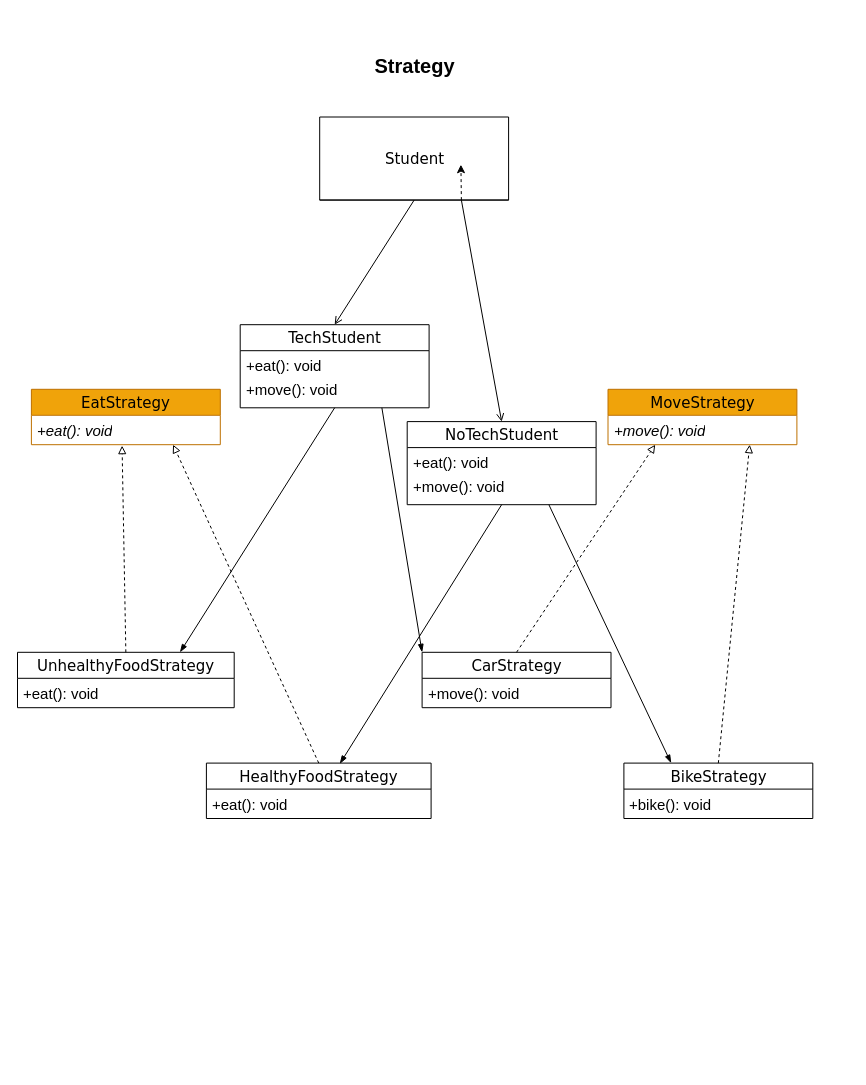
Earlier version of the draw.io diagram Engenharia de Software 3/strategy/strategy.drawio (Simonehk/Bertoti). Source tidied: cells renumbered, new cells numbered last; positions are measured from the earlier drawing's top-left corner, leaving out a move shared by most shapes. Both pictures are drawn from the tidied source at 100%, with x=0, y=0 at pixel (17, 17).
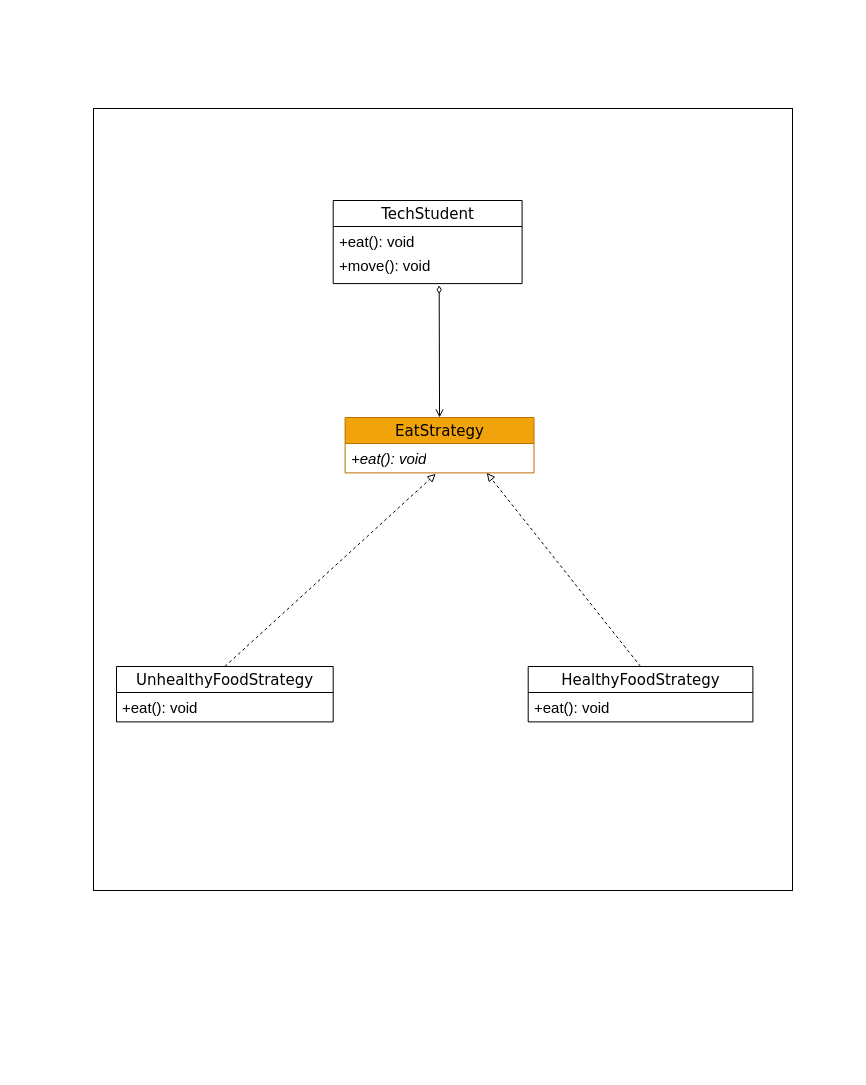
Above is the later version.

Unchanged cells that the change refers to:
```xml
<mxCell id="2" style="group;" parent="1" vertex="1">
  <mxGeometry width="831" height="1051" as="geometry" />
</mxCell>
```

What changed in the source:
```diff
@@
-    <mxCell id="3" style="edgeStyle=none;html=1;exitX=0.5;exitY=1;exitDx=0;exitDy=0;entryX=0.5;entryY=0;entryDx=0;entryDy=0;strokeColor=#000000;endArrow=open;endFill=0;" parent="2" edge="1" source="5" target="10">
-      <mxGeometry relative="1" as="geometry" />
-    </mxCell>
-    <mxCell id="4" style="edgeStyle=none;html=1;exitX=0.75;exitY=1;exitDx=0;exitDy=0;entryX=0.5;entryY=0;entryDx=0;entryDy=0;strokeColor=#000000;endArrow=open;endFill=0;" parent="2" edge="1" source="5" target="13">
-      <mxGeometry relative="1" as="geometry" />
-    </mxCell>
-    <mxCell id="5" value="&lt;font style=&quot;font-size: 15px;&quot; color=&quot;#000000&quot;&gt;Student&lt;/font&gt;" style="swimlane;html=1;fontStyle=0;horizontal=1;startSize=83;fillColor=none;swimlaneFillColor=#ffffff;rounded=0;shadow=0;comic=0;labelBackgroundColor=none;strokeWidth=1;fontFamily=Verdana;fontSize=10;align=center;strokeColor=#000000;" parent="2" vertex="1">
-      <mxGeometry x="302.2" y="99.5" width="188.9" height="83.1" as="geometry" />
-    </mxCell>
-    <mxCell id="6" value="&lt;font style=&quot;font-size: 15px;&quot; color=&quot;#000000&quot;&gt;EatStrategy&lt;/font&gt;" style="swimlane;html=1;fontStyle=0;horizontal=1;startSize=26;fillColor=#f0a30a;swimlaneFillColor=#ffffff;rounded=0;shadow=0;comic=0;labelBackgroundColor=none;strokeWidth=1;fontFamily=Verdana;fontSize=10;align=center;strokeColor=#BD7000;fontColor=#000000;" parent="2" vertex="1">
-      <mxGeometry x="13.9" y="371.8" width="188.9" height="55.4" as="geometry" />
-    </mxCell>
-    <mxCell id="7" value="&lt;font color=&quot;#000000&quot; style=&quot;font-size: 15px;&quot;&gt;+eat(): void&lt;/font&gt;" style="text;html=1;strokeColor=none;fillColor=none;align=left;verticalAlign=top;spacingLeft=4;spacingRight=4;whiteSpace=wrap;overflow=hidden;points=[[0,0.5],[1,0.5]];portConstraint=eastwest;fontStyle=2;fontSize=15;" parent="6" vertex="1">
-      <mxGeometry y="26" width="188.9" height="24" as="geometry" />
-    </mxCell>
-    <mxCell id="8" value="&lt;font style=&quot;font-size: 15px;&quot; color=&quot;#000000&quot;&gt;MoveStrategy&lt;/font&gt;" style="swimlane;html=1;fontStyle=0;horizontal=1;startSize=26;fillColor=#f0a30a;swimlaneFillColor=#ffffff;rounded=0;shadow=0;comic=0;labelBackgroundColor=none;strokeWidth=1;fontFamily=Verdana;fontSize=10;align=center;strokeColor=#BD7000;fontColor=#000000;" parent="2" vertex="1">
-      <mxGeometry x="590.5" y="371.8" width="188.9" height="55.4" as="geometry" />
-    </mxCell>
-    <mxCell id="9" value="&lt;font style=&quot;font-size: 15px;&quot; color=&quot;#000000&quot;&gt;+move(): void&lt;/font&gt;" style="text;html=1;strokeColor=none;fillColor=none;align=left;verticalAlign=top;spacingLeft=4;spacingRight=4;whiteSpace=wrap;overflow=hidden;fontStyle=2;" parent="8" vertex="1">
-      <mxGeometry y="26" width="188.9" height="24" as="geometry" />
-    </mxCell>
     <mxCell id="10" value="&lt;font color=&quot;#000000&quot;&gt;&lt;span style=&quot;font-size: 15px;&quot;&gt;TechStudent&lt;/span&gt;&lt;/font&gt;" style="swimlane;html=1;fontStyle=0;horizontal=1;startSize=26;fillColor=none;swimlaneFillColor=#ffffff;rounded=0;shadow=0;comic=0;labelBackgroundColor=none;strokeWidth=1;fontFamily=Verdana;fontSize=10;align=center;strokeColor=#000000;" parent="2" vertex="1">
-      <mxGeometry x="222.7" y="307.2" width="188.9" height="83.1" as="geometry" />
+      <mxGeometry x="315.7" y="183" width="188.9" height="83.1" as="geometry" />
     </mxCell>
@@
     <mxCell id="12" value="+move(): void" style="text;html=1;strokeColor=none;fillColor=none;align=left;verticalAlign=top;spacingLeft=4;spacingRight=4;whiteSpace=wrap;overflow=hidden;points=[[0,0.5],[1,0.5]];portConstraint=eastwest;fontColor=#000000;fontSize=15;" parent="10" vertex="1">
-      <mxGeometry y="50" width="188.9" height="25.8" as="geometry" />
+      <mxGeometry y="50" width="188.9" height="32" as="geometry" />
     </mxCell>
-    <mxCell id="13" value="&lt;font style=&quot;font-size: 15px;&quot; color=&quot;#000000&quot;&gt;NoTechStudent&lt;/font&gt;" style="swimlane;html=1;fontStyle=0;horizontal=1;startSize=26;fillColor=none;swimlaneFillColor=#ffffff;rounded=0;shadow=0;comic=0;labelBackgroundColor=none;strokeWidth=1;fontFamily=Verdana;fontSize=15;align=center;strokeColor=#000000;" parent="2" vertex="1">
-      <mxGeometry x="389.7" y="404.1" width="188.9" height="83.1" as="geometry" />
-    </mxCell>
-    <mxCell id="14" value="&lt;font color=&quot;#000000&quot; style=&quot;font-size: 15px;&quot;&gt;+eat(): void&lt;/font&gt;" style="text;html=1;strokeColor=none;fillColor=none;align=left;verticalAlign=top;spacingLeft=4;spacingRight=4;whiteSpace=wrap;overflow=hidden;fontSize=15;" parent="13" vertex="1">
-      <mxGeometry y="26" width="188.9" height="24" as="geometry" />
-    </mxCell>
-    <mxCell id="15" value="+move(): void" style="text;html=1;strokeColor=none;fillColor=none;align=left;verticalAlign=top;spacingLeft=4;spacingRight=4;whiteSpace=wrap;overflow=hidden;fontColor=#000000;fontSize=15;" parent="13" vertex="1">
-      <mxGeometry y="50" width="188.9" height="25.8" as="geometry" />
-    </mxCell>
+    <mxCell id="4" style="edgeStyle=none;html=1;exitX=0.5;exitY=0;exitDx=0;exitDy=0;entryX=0.561;entryY=1.085;entryDx=0;entryDy=0;entryPerimeter=0;strokeColor=#000000;endArrow=diamondThin;endFill=0;startArrow=open;startFill=0;" parent="2" edge="1" source="6" target="12">
+      <mxGeometry relative="1" as="geometry" />
+    </mxCell>
+    <mxCell id="6" value="&lt;font style=&quot;font-size: 15px;&quot; color=&quot;#000000&quot;&gt;EatStrategy&lt;/font&gt;" style="swimlane;html=1;fontStyle=0;horizontal=1;startSize=26;fillColor=#f0a30a;swimlaneFillColor=#ffffff;rounded=0;shadow=0;comic=0;labelBackgroundColor=none;strokeWidth=1;fontFamily=Verdana;fontSize=10;align=center;strokeColor=#BD7000;fontColor=#000000;" parent="2" vertex="1">
+      <mxGeometry x="327.6" y="400" width="188.9" height="55.4" as="geometry" />
+    </mxCell>
+    <mxCell id="7" value="&lt;font color=&quot;#000000&quot; style=&quot;font-size: 15px;&quot;&gt;+eat(): void&lt;/font&gt;" style="text;html=1;strokeColor=none;fillColor=none;align=left;verticalAlign=top;spacingLeft=4;spacingRight=4;whiteSpace=wrap;overflow=hidden;points=[[0,0.5],[1,0.5]];portConstraint=eastwest;fontStyle=2;fontSize=15;" parent="6" vertex="1">
+      <mxGeometry y="26" width="188.9" height="24" as="geometry" />
+    </mxCell>
@@
+    <mxCell id="20" style="edgeStyle=none;html=1;exitX=0.5;exitY=0;exitDx=0;exitDy=0;entryX=0.75;entryY=1;entryDx=0;entryDy=0;strokeColor=#000000;strokeWidth=1;fontSize=15;fontColor=#000000;endArrow=block;endFill=0;dashed=1;" parent="2" edge="1" source="21" target="6">
+      <mxGeometry relative="1" as="geometry" />
+    </mxCell>
     <mxCell id="17" value="&lt;font style=&quot;font-size: 15px;&quot; color=&quot;#000000&quot;&gt;UnhealthyFoodStrategy&lt;/font&gt;" style="swimlane;html=1;fontStyle=0;horizontal=1;startSize=26;fillColor=none;swimlaneFillColor=#ffffff;rounded=0;shadow=0;comic=0;labelBackgroundColor=none;strokeWidth=1;fontFamily=Verdana;fontSize=10;align=center;strokeColor=#000000;" parent="2" vertex="1">
-      <mxGeometry y="634.8" width="216.7" height="55.4" as="geometry" />
+      <mxGeometry x="99" y="649" width="216.7" height="55.4" as="geometry" />
     </mxCell>
@@
-    <mxCell id="19" style="edgeStyle=none;html=1;exitX=0.5;exitY=1;exitDx=0;exitDy=0;entryX=0.75;entryY=0;entryDx=0;entryDy=0;strokeColor=#000000;strokeWidth=1;fontSize=15;fontColor=#000000;endArrow=blockThin;endFill=1;" parent="2" edge="1" source="10" target="17">
-      <mxGeometry relative="1" as="geometry" />
-    </mxCell>
-    <mxCell id="20" style="edgeStyle=none;html=1;exitX=0.5;exitY=0;exitDx=0;exitDy=0;entryX=0.75;entryY=1;entryDx=0;entryDy=0;strokeColor=#000000;strokeWidth=1;fontSize=15;fontColor=#000000;endArrow=block;endFill=0;dashed=1;" parent="2" edge="1" source="21" target="6">
-      <mxGeometry relative="1" as="geometry" />
-    </mxCell>
     <mxCell id="21" value="&lt;font style=&quot;font-size: 15px;&quot; color=&quot;#000000&quot;&gt;HealthyFoodStrategy&lt;/font&gt;" style="swimlane;html=1;fontStyle=0;horizontal=1;startSize=26;fillColor=none;swimlaneFillColor=#ffffff;rounded=0;shadow=0;comic=0;labelBackgroundColor=none;strokeWidth=1;fontFamily=Verdana;fontSize=10;align=center;strokeColor=#000000;" parent="2" vertex="1">
-      <mxGeometry x="188.9" y="745.6" width="224.7" height="55.4" as="geometry" />
+      <mxGeometry x="510.7" y="649" width="224.7" height="55.4" as="geometry" />
     </mxCell>
@@
-    <mxCell id="23" style="edgeStyle=none;html=1;exitX=0.5;exitY=1;exitDx=0;exitDy=0;entryX=0.594;entryY=0.012;entryDx=0;entryDy=0;entryPerimeter=0;strokeColor=#000000;strokeWidth=1;fontSize=15;fontColor=#000000;endArrow=blockThin;endFill=1;" parent="2" edge="1" source="13" target="21">
-      <mxGeometry relative="1" as="geometry" />
-    </mxCell>
-    <mxCell id="24" style="edgeStyle=none;html=1;exitX=0.5;exitY=0;exitDx=0;exitDy=0;entryX=0.25;entryY=1;entryDx=0;entryDy=0;strokeColor=#000000;strokeWidth=1;fontSize=15;fontColor=#000000;endArrow=block;endFill=0;dashed=1;" parent="2" edge="1" source="25" target="8">
-      <mxGeometry relative="1" as="geometry" />
-    </mxCell>
-    <mxCell id="25" value="&lt;font style=&quot;font-size: 15px;&quot; color=&quot;#000000&quot;&gt;CarStrategy&lt;/font&gt;" style="swimlane;html=1;fontStyle=0;horizontal=1;startSize=26;fillColor=none;swimlaneFillColor=#ffffff;rounded=0;shadow=0;comic=0;labelBackgroundColor=none;strokeWidth=1;fontFamily=Verdana;fontSize=10;align=center;strokeColor=#000000;" parent="2" vertex="1">
-      <mxGeometry x="404.6" y="634.8" width="188.9" height="55.4" as="geometry" />
-    </mxCell>
-    <mxCell id="26" value="&lt;font color=&quot;#000000&quot; style=&quot;font-size: 15px;&quot;&gt;+move(): void&lt;/font&gt;" style="text;html=1;strokeColor=none;fillColor=none;align=left;verticalAlign=top;spacingLeft=4;spacingRight=4;whiteSpace=wrap;overflow=hidden;fontSize=15;" parent="25" vertex="1">
-      <mxGeometry y="26" width="188.9" height="24" as="geometry" />
-    </mxCell>
-    <mxCell id="27" style="edgeStyle=none;html=1;exitX=0.75;exitY=1;exitDx=0;exitDy=0;entryX=0;entryY=0;entryDx=0;entryDy=0;strokeColor=#000000;strokeWidth=1;fontSize=15;fontColor=#000000;endArrow=blockThin;endFill=1;" parent="2" edge="1" source="10" target="25">
-      <mxGeometry relative="1" as="geometry" />
-    </mxCell>
-    <mxCell id="28" style="edgeStyle=none;html=1;exitX=0.5;exitY=0;exitDx=0;exitDy=0;entryX=0.75;entryY=1;entryDx=0;entryDy=0;strokeColor=#000000;strokeWidth=1;fontSize=15;fontColor=#000000;endArrow=block;endFill=0;dashed=1;" parent="2" edge="1" source="29" target="8">
-      <mxGeometry relative="1" as="geometry" />
-    </mxCell>
-    <mxCell id="29" value="&lt;font style=&quot;font-size: 15px;&quot; color=&quot;#000000&quot;&gt;BikeStrategy&lt;/font&gt;" style="swimlane;html=1;fontStyle=0;horizontal=1;startSize=26;fillColor=none;swimlaneFillColor=#ffffff;rounded=0;shadow=0;comic=0;labelBackgroundColor=none;strokeWidth=1;fontFamily=Verdana;fontSize=10;align=center;strokeColor=#000000;" parent="2" vertex="1">
-      <mxGeometry x="606.4" y="745.6" width="188.9" height="55.4" as="geometry" />
-    </mxCell>
-    <mxCell id="30" value="&lt;font color=&quot;#000000&quot; style=&quot;font-size: 15px;&quot;&gt;+bike(): void&lt;/font&gt;" style="text;html=1;strokeColor=none;fillColor=none;align=left;verticalAlign=top;spacingLeft=4;spacingRight=4;whiteSpace=wrap;overflow=hidden;fontSize=15;" parent="29" vertex="1">
-      <mxGeometry y="26" width="188.9" height="24" as="geometry" />
-    </mxCell>
-    <mxCell id="31" style="edgeStyle=none;html=1;exitX=0.75;exitY=1;exitDx=0;exitDy=0;entryX=0.25;entryY=0;entryDx=0;entryDy=0;strokeColor=#000000;strokeWidth=1;fontSize=15;fontColor=#000000;endArrow=blockThin;endFill=1;" parent="2" edge="1" source="13" target="29">
-      <mxGeometry relative="1" as="geometry" />
-    </mxCell>
-    <mxCell id="32" value="Strategy" style="text;html=1;strokeColor=none;fillColor=none;align=center;verticalAlign=middle;whiteSpace=wrap;rounded=0;fontSize=20;fontColor=#000000;fontStyle=1;" parent="2" vertex="1">
-      <mxGeometry x="324.1" y="34" width="147.1" height="27.7" as="geometry" />
-    </mxCell>
-    <mxCell id="33" style="edgeStyle=none;html=1;exitX=0.75;exitY=1;exitDx=0;exitDy=0;dashed=1;" parent="1" edge="1" source="5">
-      <mxGeometry relative="1" as="geometry">
-        <mxPoint x="443.4" y="147.2" as="targetPoint" />
-      </mxGeometry>
-    </mxCell>
+    <mxCell id="34" style="rounded=0;whiteSpace=wrap;html=1;fillColor=none;" parent="2" vertex="1">
+      <mxGeometry x="76" y="91" width="699" height="782" as="geometry" />
+    </mxCell>
```
